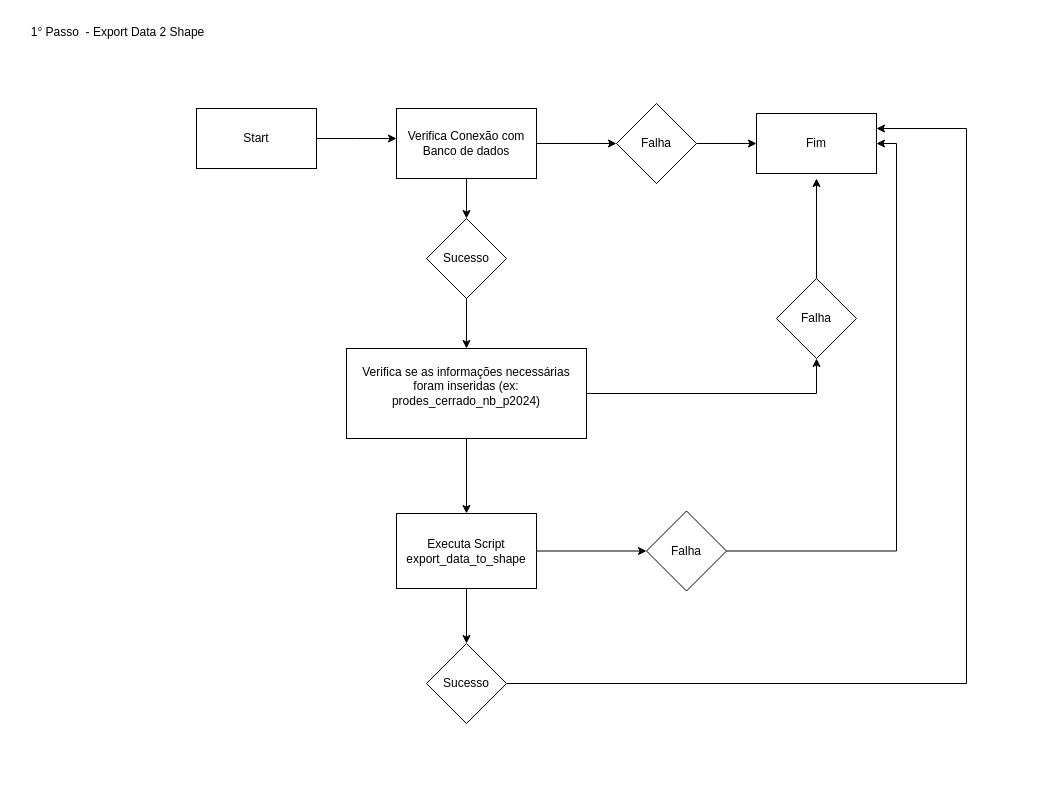
Earlier version of the draw.io diagram Diagrama sem nome.drawio (guianderson/API-REST-PYTHON). Source tidied: cells renumbered, new cells numbered last; positions are measured from the earlier drawing's top-left corner, leaving out a move shared by most shapes. Both pictures are drawn from the tidied source at 100%, with x=0, y=0 at pixel (17, 17).
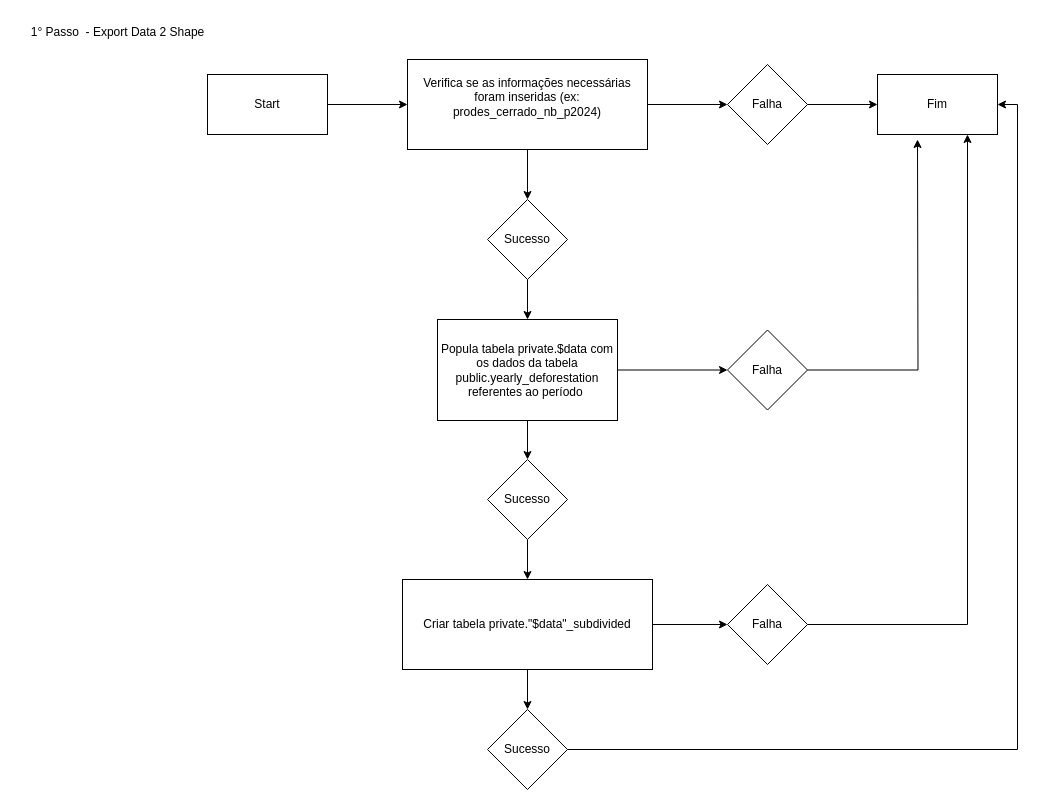
Above is the later version.

Diff of the diagram source:
```diff
@@
-    <mxCell id="2" style="edgeStyle=orthogonalEdgeStyle;rounded=0;jettySize=auto;html=1;" parent="1" edge="1" source="3">
-      <mxGeometry relative="1" as="geometry">
-        <mxPoint x="379" y="121" as="targetPoint" />
-      </mxGeometry>
-    </mxCell>
+    <mxCell id="27" style="edgeStyle=orthogonalEdgeStyle;rounded=0;jettySize=auto;html=1;entryX=0;entryY=0.5;entryDx=0;entryDy=0;" parent="1" edge="1" source="3" target="14">
+      <mxGeometry relative="1" as="geometry" />
+    </mxCell>
     <mxCell id="3" value="Start" style="rounded=0;whiteSpace=wrap;html=1;" parent="1" vertex="1">
-      <mxGeometry x="179" y="91" width="120" height="60" as="geometry" />
+      <mxGeometry x="190" y="57" width="120" height="60" as="geometry" />
     </mxCell>
@@
-    <mxCell id="6" style="edgeStyle=orthogonalEdgeStyle;rounded=0;jettySize=auto;html=1;" parent="1" edge="1" source="8" target="11">
-      <mxGeometry relative="1" as="geometry" />
-    </mxCell>
-    <mxCell id="7" style="edgeStyle=orthogonalEdgeStyle;rounded=0;jettySize=auto;html=1;" parent="1" edge="1" source="8" target="16">
-      <mxGeometry relative="1" as="geometry" />
-    </mxCell>
-    <mxCell id="8" value="Verifica Conexão com Banco de dados" style="rounded=0;whiteSpace=wrap;html=1;" parent="1" vertex="1">
-      <mxGeometry x="379" y="91" width="140" height="70" as="geometry" />
-    </mxCell>
     <mxCell id="9" value="Fim" style="rounded=0;whiteSpace=wrap;html=1;" parent="1" vertex="1">
-      <mxGeometry x="739" y="96" width="120" height="60" as="geometry" />
+      <mxGeometry x="860" y="57" width="120" height="60" as="geometry" />
     </mxCell>
-    <mxCell id="10" style="edgeStyle=orthogonalEdgeStyle;rounded=0;jettySize=auto;html=1;" parent="1" edge="1" source="11" target="14">
-      <mxGeometry relative="1" as="geometry" />
-    </mxCell>
-    <mxCell id="11" value="Sucesso" style="rhombus;whiteSpace=wrap;html=1;" parent="1" vertex="1">
-      <mxGeometry x="409" y="201" width="80" height="80" as="geometry" />
-    </mxCell>
+    <mxCell id="28" style="edgeStyle=orthogonalEdgeStyle;rounded=0;jettySize=auto;html=1;" parent="1" edge="1" source="14" target="32">
+      <mxGeometry relative="1" as="geometry" />
+    </mxCell>
-    <mxCell id="12" style="edgeStyle=orthogonalEdgeStyle;rounded=0;jettySize=auto;html=1;entryX=0.5;entryY=1;entryDx=0;entryDy=0;" parent="1" edge="1" source="14" target="18">
+    <mxCell id="12" style="edgeStyle=orthogonalEdgeStyle;rounded=0;jettySize=auto;html=1;entryX=0;entryY=0.5;entryDx=0;entryDy=0;" parent="1" edge="1" source="14" target="18">
       <mxGeometry relative="1" as="geometry" />
     </mxCell>
-    <mxCell id="13" style="edgeStyle=orthogonalEdgeStyle;rounded=0;jettySize=auto;html=1;" parent="1" edge="1" source="14" target="21">
-      <mxGeometry relative="1" as="geometry" />
-    </mxCell>
     <mxCell id="14" value="Verifica se as informações necessárias foram inseridas (ex: prodes_cerrado_nb_p2024)&lt;div&gt;&lt;br&gt;&lt;/div&gt;" style="whiteSpace=wrap;html=1;" parent="1" vertex="1">
-      <mxGeometry x="329" y="331" width="240" height="90" as="geometry" />
+      <mxGeometry x="390" y="42" width="240" height="90" as="geometry" />
     </mxCell>
-    <mxCell id="15" style="edgeStyle=orthogonalEdgeStyle;rounded=0;jettySize=auto;html=1;" parent="1" edge="1" source="16" target="9">
+    <mxCell id="15" style="edgeStyle=orthogonalEdgeStyle;rounded=0;jettySize=auto;html=1;" parent="1" edge="1" source="18" target="9">
       <mxGeometry relative="1" as="geometry" />
     </mxCell>
-    <mxCell id="16" value="Falha" style="rhombus;whiteSpace=wrap;html=1;rounded=0;" parent="1" vertex="1">
-      <mxGeometry x="599" y="86" width="80" height="80" as="geometry" />
-    </mxCell>
-    <mxCell id="17" style="edgeStyle=orthogonalEdgeStyle;rounded=0;jettySize=auto;html=1;" parent="1" edge="1" source="18">
-      <mxGeometry relative="1" as="geometry">
-        <mxPoint x="799" y="161" as="targetPoint" />
-      </mxGeometry>
-    </mxCell>
-    <mxCell id="18" value="Falha" style="rhombus;whiteSpace=wrap;html=1;" parent="1" vertex="1">
-      <mxGeometry x="759" y="261" width="80" height="80" as="geometry" />
-    </mxCell>
-    <mxCell id="19" style="edgeStyle=orthogonalEdgeStyle;rounded=0;jettySize=auto;html=1;" parent="1" edge="1" source="21" target="23">
-      <mxGeometry relative="1" as="geometry" />
-    </mxCell>
@@
+    <mxCell id="29" style="edgeStyle=orthogonalEdgeStyle;rounded=0;jettySize=auto;html=1;" parent="1" edge="1" source="21" target="37">
+      <mxGeometry relative="1" as="geometry" />
+    </mxCell>
-    <mxCell id="21" value="Executa Script export_data_to_shape" style="whiteSpace=wrap;html=1;" parent="1" vertex="1">
-      <mxGeometry x="379" y="496" width="140" height="75" as="geometry" />
+    <mxCell id="21" value="Popula tabela private.$data com os dados da tabela public.yearly_deforestation referentes ao período&amp;nbsp;" style="whiteSpace=wrap;html=1;" parent="1" vertex="1">
+      <mxGeometry x="420" y="302" width="180" height="101" as="geometry" />
     </mxCell>
-    <mxCell id="22" style="edgeStyle=orthogonalEdgeStyle;rounded=0;jettySize=auto;html=1;exitX=1;exitY=0.5;exitDx=0;exitDy=0;entryX=1;entryY=0.25;entryDx=0;entryDy=0;" parent="1" edge="1" source="23" target="9">
-      <mxGeometry relative="1" as="geometry">
-        <Array as="points">
-          <mxPoint x="949" y="666" />
-          <mxPoint x="949" y="111" />
-        </Array>
-      </mxGeometry>
+    <mxCell id="22" style="edgeStyle=orthogonalEdgeStyle;rounded=0;jettySize=auto;html=1;entryX=1;entryY=0.5;entryDx=0;entryDy=0;" parent="1" edge="1" source="23" target="9">
+      <mxGeometry relative="1" as="geometry" />
     </mxCell>
     <mxCell id="23" value="Sucesso" style="rhombus;whiteSpace=wrap;html=1;" parent="1" vertex="1">
-      <mxGeometry x="409" y="626" width="80" height="80" as="geometry" />
+      <mxGeometry x="470" y="692" width="80" height="80" as="geometry" />
     </mxCell>
-    <mxCell id="24" style="edgeStyle=orthogonalEdgeStyle;rounded=0;jettySize=auto;html=1;exitX=1;exitY=0.5;exitDx=0;exitDy=0;entryX=1;entryY=0.5;entryDx=0;entryDy=0;" parent="1" edge="1" source="25" target="9">
-      <mxGeometry relative="1" as="geometry" />
-    </mxCell>
+    <mxCell id="30" style="edgeStyle=orthogonalEdgeStyle;rounded=0;jettySize=auto;html=1;" parent="1" edge="1" source="25">
+      <mxGeometry relative="1" as="geometry">
+        <mxPoint x="900" y="122" as="targetPoint" />
+      </mxGeometry>
+    </mxCell>
     <mxCell id="25" value="Falha" style="rhombus;whiteSpace=wrap;html=1;" parent="1" vertex="1">
-      <mxGeometry x="629" y="493.5" width="80" height="80" as="geometry" />
+      <mxGeometry x="710" y="312.5" width="80" height="80" as="geometry" />
     </mxCell>
@@
+    <mxCell id="31" style="edgeStyle=orthogonalEdgeStyle;rounded=0;jettySize=auto;html=1;" parent="1" edge="1" source="32" target="21">
+      <mxGeometry relative="1" as="geometry" />
+    </mxCell>
+    <mxCell id="32" value="Sucesso" style="rhombus;whiteSpace=wrap;html=1;" parent="1" vertex="1">
+      <mxGeometry x="470" y="182" width="80" height="80" as="geometry" />
+    </mxCell>
+    <mxCell id="33" style="edgeStyle=orthogonalEdgeStyle;rounded=0;jettySize=auto;html=1;" parent="1" edge="1" source="35" target="23">
+      <mxGeometry relative="1" as="geometry" />
+    </mxCell>
+    <mxCell id="34" style="edgeStyle=orthogonalEdgeStyle;rounded=0;jettySize=auto;html=1;" parent="1" edge="1" source="35" target="16">
+      <mxGeometry relative="1" as="geometry" />
+    </mxCell>
+    <mxCell id="35" value="Criar tabela&amp;nbsp;private.&quot;$data&quot;_subdivided" style="whiteSpace=wrap;html=1;" parent="1" vertex="1">
+      <mxGeometry x="385" y="562" width="250" height="90" as="geometry" />
+    </mxCell>
+    <mxCell id="36" style="edgeStyle=orthogonalEdgeStyle;rounded=0;jettySize=auto;html=1;" parent="1" edge="1" source="37" target="35">
+      <mxGeometry relative="1" as="geometry" />
+    </mxCell>
+    <mxCell id="37" value="Sucesso" style="rhombus;whiteSpace=wrap;html=1;" parent="1" vertex="1">
+      <mxGeometry x="470" y="442" width="80" height="80" as="geometry" />
+    </mxCell>
+    <mxCell id="38" style="edgeStyle=orthogonalEdgeStyle;rounded=0;jettySize=auto;html=1;entryX=0.75;entryY=1;entryDx=0;entryDy=0;" parent="1" edge="1" source="16" target="9">
+      <mxGeometry relative="1" as="geometry" />
+    </mxCell>
+    <mxCell id="16" value="Falha" style="rhombus;whiteSpace=wrap;html=1;" parent="1" vertex="1">
+      <mxGeometry x="710" y="567" width="80" height="80" as="geometry" />
+    </mxCell>
+    <mxCell id="18" value="Falha" style="rhombus;whiteSpace=wrap;html=1;" parent="1" vertex="1">
+      <mxGeometry x="710" y="47" width="80" height="80" as="geometry" />
+    </mxCell>
```
